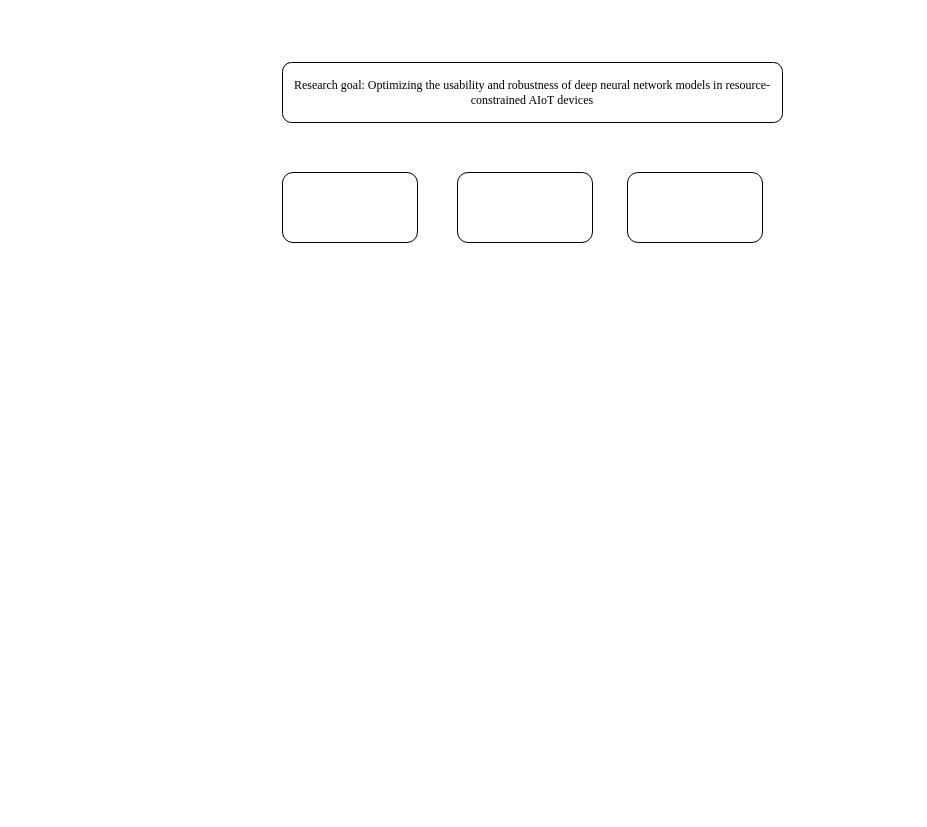
Mlinfeng/iodraw-files keeps this draw.io diagram as 1.drawio. Above is the earlier version. Source tidied: cells renumbered, new cells numbered last; positions are measured from the earlier drawing's top-left corner, leaving out a move shared by most shapes. Both pictures are drawn from the tidied source at 100%, with x=0, y=0 at pixel (282, 62).
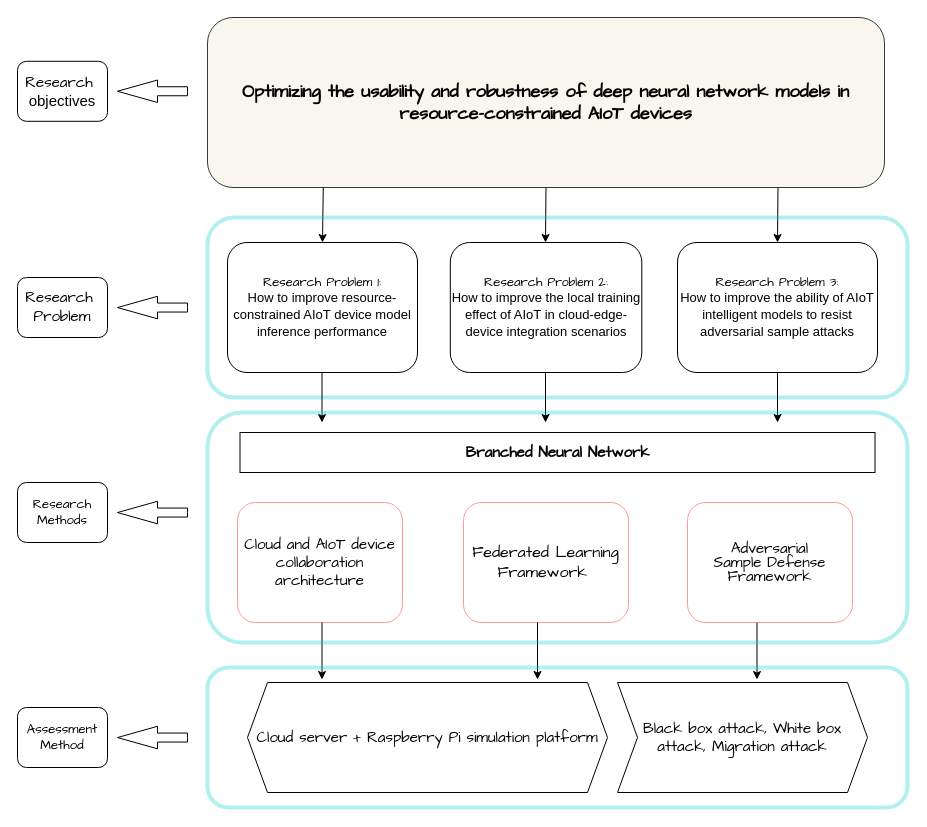
After the change.

What changed in the source:
```diff
@@
-    <mxCell id="2" value="&lt;p&gt;&lt;font face=&quot;Times New Roman&quot;&gt;Research goal: Optimizing the usability and robustness of deep neural network models in resource-constrained AIoT devices&lt;/font&gt;&lt;/p&gt;" style="rounded=1;whiteSpace=wrap;html=1;" parent="1" vertex="1">
-      <mxGeometry width="500" height="60" as="geometry" />
+    <mxCell id="2" value="&lt;p style=&quot;font-size: 18px;&quot;&gt;&lt;font face=&quot;Comic Sans MS&quot; style=&quot;font-size: 18px;&quot;&gt;Optimizing the usability and robustness of deep neural network models in resource-constrained AIoT devices&lt;/font&gt;&lt;/p&gt;" style="rounded=1;whiteSpace=wrap;html=1;fontStyle=1;labelBackgroundColor=none;fontSize=18;fillColor=#f9f7ed;strokeColor=#36393d;" parent="1" vertex="1">
+      <mxGeometry x="-75" y="-45" width="677" height="170" as="geometry" />
     </mxCell>
-    <mxCell id="3" style="rounded=1;whiteSpace=wrap;html=1;" parent="1" vertex="1">
-      <mxGeometry y="110" width="135" height="70" as="geometry" />
+    <mxCell id="3" value="&lt;div style=&quot;font-size: 13px;&quot;&gt;&lt;font face=&quot;Comic Sans MS&quot;&gt;Research&amp;nbsp;&lt;span style=&quot;font-size: 12px;&quot;&gt;Problem&lt;/span&gt;&amp;nbsp;1:&lt;/font&gt;&lt;/div&gt;&lt;div style=&quot;font-size: 13px;&quot;&gt;&lt;font face=&quot;bQs2HBA9JiszIpq2pG2n&quot;&gt;How to improve resource-constrained AIoT device model inference performance&lt;/font&gt;&lt;/div&gt;" style="rounded=1;whiteSpace=wrap;html=1;fontFamily=Comic Sans MS;fontSize=13;" parent="1" vertex="1">
+      <mxGeometry x="-55" y="180" width="190" height="130" as="geometry" />
     </mxCell>
-    <mxCell id="4" style="rounded=1;whiteSpace=wrap;html=1;" parent="1" vertex="1">
-      <mxGeometry x="175" y="110" width="135" height="70" as="geometry" />
+    <mxCell id="4" value="&lt;div style=&quot;font-size: 13px;&quot;&gt;&lt;font face=&quot;Comic Sans MS&quot;&gt;Research&amp;nbsp;&lt;span style=&quot;font-size: 12px;&quot;&gt;Problem&lt;/span&gt;&amp;nbsp;2:&lt;/font&gt;&lt;/div&gt;&lt;div style=&quot;font-size: 13px;&quot;&gt;&lt;font face=&quot;lc-P7z6Z-aJ5FeURTYUj&quot;&gt;How to improve the local training effect of AIoT in cloud-edge-device integration scenarios&lt;/font&gt;&lt;/div&gt;" style="rounded=1;whiteSpace=wrap;html=1;fontStyle=0;fontFamily=Comic Sans MS;fontSize=13;" parent="1" vertex="1">
+      <mxGeometry x="167.8" y="180" width="191.5" height="130" as="geometry" />
     </mxCell>
-    <mxCell id="5" style="rounded=1;whiteSpace=wrap;html=1;" parent="1" vertex="1">
-      <mxGeometry x="345" y="110" width="135" height="70" as="geometry" />
+    <mxCell id="5" value="&lt;div style=&quot;font-size: 13px;&quot;&gt;&lt;font face=&quot;Comic Sans MS&quot;&gt;Research&amp;nbsp;&lt;span style=&quot;font-size: 12px;&quot;&gt;Problem&lt;/span&gt;&amp;nbsp;3:&lt;/font&gt;&lt;/div&gt;&lt;div style=&quot;font-size: 13px;&quot;&gt;&lt;font face=&quot;DUXV7XMvXxbuyo4luQu7&quot;&gt;How to improve the ability of AIoT intelligent models to resist adversarial sample attacks&lt;/font&gt;&lt;/div&gt;" style="rounded=1;whiteSpace=wrap;html=1;fontFamily=Comic Sans MS;fontSize=13;" parent="1" vertex="1">
+      <mxGeometry x="395" y="180" width="200" height="130" as="geometry" />
     </mxCell>
+    <mxCell id="6" value="&lt;font style=&quot;font-size: 15px;&quot;&gt;&lt;b&gt;Branched Neural Network&lt;/b&gt;&lt;/font&gt;" style="rounded=0;whiteSpace=wrap;html=1;fontFamily=Comic Sans MS;fontSize=13;" parent="1" vertex="1">
+      <mxGeometry x="-42.5" y="370" width="635" height="40" as="geometry" />
+    </mxCell>
+    <mxCell id="7" value="&lt;font style=&quot;font-size: 15px;&quot;&gt;Cloud and AIoT device collaboration architecture&lt;/font&gt;" style="rounded=1;whiteSpace=wrap;html=1;fontFamily=Comic Sans MS;fontSize=13;strokeColor=#FF9999;" parent="1" vertex="1">
+      <mxGeometry x="-45" y="440" width="165" height="120" as="geometry" />
+    </mxCell>
+    <mxCell id="8" value="&lt;font style=&quot;font-size: 16px;&quot;&gt;Federated Learning Framework&amp;nbsp;&lt;/font&gt;" style="rounded=1;whiteSpace=wrap;html=1;fontFamily=Comic Sans MS;fontSize=13;strokeColor=#FF9999;" parent="1" vertex="1">
+      <mxGeometry x="181" y="440" width="165" height="120" as="geometry" />
+    </mxCell>
+    <mxCell id="9" value="&lt;p style=&quot;margin: 0cm 16.8pt 0.0001pt; line-height: 10.5pt;&quot; align=&quot;center&quot; class=&quot;MsoNormal&quot;&gt;&lt;font style=&quot;font-size: 15px;&quot;&gt;Adversarial Sample Defense Framework&lt;/font&gt;&lt;br style=&quot;font-size: 13px;&quot;&gt;&lt;/p&gt;" style="rounded=1;whiteSpace=wrap;html=1;fontFamily=Comic Sans MS;fontSize=13;strokeColor=#FF9999;" parent="1" vertex="1">
+      <mxGeometry x="405" y="440" width="165" height="120" as="geometry" />
+    </mxCell>
+    <mxCell id="10" value="Cloud server + Raspberry Pi simulation platform" style="shape=hexagon;perimeter=hexagonPerimeter2;whiteSpace=wrap;html=1;fixedSize=1;fontFamily=Comic Sans MS;fontSize=15;" parent="1" vertex="1">
+      <mxGeometry x="-35" y="620" width="360" height="110" as="geometry" />
+    </mxCell>
+    <mxCell id="11" value="&lt;font style=&quot;font-size: 15px;&quot;&gt;Black box attack, White box attack, Migration attack&lt;/font&gt;" style="shape=step;perimeter=stepPerimeter;whiteSpace=wrap;html=1;fixedSize=1;fontFamily=Comic Sans MS;fontSize=13;" parent="1" vertex="1">
+      <mxGeometry x="335" y="620" width="250" height="110" as="geometry" />
+    </mxCell>
+    <mxCell id="12" style="endArrow=classic;html=1;rounded=0;entryX=0.5;entryY=0;entryDx=0;entryDy=0;exitX=0.171;exitY=0.998;exitDx=0;exitDy=0;exitPerimeter=0;" parent="1" edge="1" source="2" target="3">
+      <mxGeometry relative="1" as="geometry" />
+    </mxCell>
+    <mxCell id="13" style="endArrow=classic;html=1;rounded=0;exitX=0.5;exitY=1;exitDx=0;exitDy=0;" parent="1" edge="1" source="2">
+      <mxGeometry relative="1" as="geometry">
+        <mxPoint x="263" y="180" as="targetPoint" />
+      </mxGeometry>
+    </mxCell>
+    <mxCell id="14" style="endArrow=classic;html=1;rounded=0;entryX=0.5;entryY=0;entryDx=0;entryDy=0;exitX=0.171;exitY=0.998;exitDx=0;exitDy=0;exitPerimeter=0;" parent="1" edge="1" target="5">
+      <mxGeometry relative="1" as="geometry">
+        <mxPoint x="495.5" y="125" as="sourcePoint" />
+      </mxGeometry>
+    </mxCell>
+    <mxCell id="15" style="rounded=1;whiteSpace=wrap;html=1;fillColor=none;strokeColor=#00CCCC;glass=0;labelBorderColor=#45FFF9;strokeWidth=4;textShadow=1;gradientColor=default;opacity=30;" parent="1" vertex="1">
+      <mxGeometry x="-75" y="155" width="700" height="180" as="geometry" />
+    </mxCell>
+    <mxCell id="16" style="endArrow=classic;html=1;rounded=0;exitX=0.171;exitY=0.998;exitDx=0;exitDy=0;exitPerimeter=0;" parent="1" edge="1">
+      <mxGeometry relative="1" as="geometry">
+        <mxPoint x="495" y="310" as="sourcePoint" />
+        <mxPoint x="495" y="360" as="targetPoint" />
+      </mxGeometry>
+    </mxCell>
+    <mxCell id="17" style="endArrow=classic;html=1;rounded=0;exitX=0.171;exitY=0.998;exitDx=0;exitDy=0;exitPerimeter=0;" parent="1" edge="1">
+      <mxGeometry relative="1" as="geometry">
+        <mxPoint x="39.5" y="310" as="sourcePoint" />
+        <mxPoint x="39.5" y="360" as="targetPoint" />
+      </mxGeometry>
+    </mxCell>
+    <mxCell id="18" style="endArrow=classic;html=1;rounded=0;exitX=0.171;exitY=0.998;exitDx=0;exitDy=0;exitPerimeter=0;" parent="1" edge="1">
+      <mxGeometry relative="1" as="geometry">
+        <mxPoint x="263" y="310" as="sourcePoint" />
+        <mxPoint x="263" y="360" as="targetPoint" />
+      </mxGeometry>
+    </mxCell>
+    <mxCell id="19" style="endArrow=classic;html=1;rounded=0;exitX=0.59;exitY=1.011;exitDx=0;exitDy=0;exitPerimeter=0;entryX=0.21;entryY=-0.018;entryDx=0;entryDy=0;entryPerimeter=0;" parent="1" edge="1">
+      <mxGeometry relative="1" as="geometry">
+        <mxPoint x="474.5" y="560" as="sourcePoint" />
+        <mxPoint x="474.5" y="617" as="targetPoint" />
+      </mxGeometry>
+    </mxCell>
+    <mxCell id="20" style="endArrow=classic;html=1;rounded=0;exitX=0.59;exitY=1.011;exitDx=0;exitDy=0;exitPerimeter=0;entryX=0.21;entryY=-0.018;entryDx=0;entryDy=0;entryPerimeter=0;" parent="1" edge="1">
+      <mxGeometry relative="1" as="geometry">
+        <mxPoint x="255" y="560" as="sourcePoint" />
+        <mxPoint x="255" y="617" as="targetPoint" />
+      </mxGeometry>
+    </mxCell>
+    <mxCell id="21" style="endArrow=classic;html=1;rounded=0;exitX=0.59;exitY=1.011;exitDx=0;exitDy=0;exitPerimeter=0;entryX=0.21;entryY=-0.018;entryDx=0;entryDy=0;entryPerimeter=0;" parent="1" edge="1">
+      <mxGeometry relative="1" as="geometry">
+        <mxPoint x="39.5" y="560" as="sourcePoint" />
+        <mxPoint x="39.5" y="617" as="targetPoint" />
+      </mxGeometry>
+    </mxCell>
+    <mxCell id="22" style="rounded=1;whiteSpace=wrap;html=1;opacity=30;fillColor=none;strokeColor=#00CCCC;glass=0;labelBorderColor=#99FFFF;strokeWidth=4;textShadow=0;" parent="1" vertex="1">
+      <mxGeometry x="-75" y="605" width="700" height="140" as="geometry" />
+    </mxCell>
+    <mxCell id="23" style="rounded=1;whiteSpace=wrap;html=1;opacity=30;fillColor=none;strokeColor=#00CCCC;glass=0;labelBorderColor=#99FFFF;strokeWidth=4;textShadow=0;" parent="1" vertex="1">
+      <mxGeometry x="-75" y="350" width="700" height="230" as="geometry" />
+    </mxCell>
+    <mxCell id="24" style="html=1;shadow=0;dashed=0;align=center;verticalAlign=middle;shape=mxgraph.arrows2.arrow;dy=0.6;dx=40;flipH=1;notch=0;" parent="1" vertex="1">
+      <mxGeometry x="-165" y="17.5" width="70" height="22.5" as="geometry" />
+    </mxCell>
+    <mxCell id="25" value="&lt;font face=&quot;Comic Sans MS&quot; style=&quot;font-size: 15px;&quot;&gt;Research&amp;nbsp;&lt;/font&gt;&lt;div style=&quot;font-size: 15px;&quot;&gt;&lt;font face=&quot;vVg4drZ5lM5xH7V21xbt&quot; style=&quot;font-size: 15px;&quot;&gt;objectives&lt;/font&gt;&lt;/div&gt;" style="rounded=1;whiteSpace=wrap;html=1;" parent="1" vertex="1">
+      <mxGeometry x="-265" y="-1.2" width="90" height="60" as="geometry" />
+    </mxCell>
+    <mxCell id="26" style="html=1;shadow=0;dashed=0;align=center;verticalAlign=middle;shape=mxgraph.arrows2.arrow;dy=0.6;dx=40;flipH=1;notch=0;" parent="1" vertex="1">
+      <mxGeometry x="-165" y="233.8" width="70" height="22.5" as="geometry" />
+    </mxCell>
+    <mxCell id="27" value="&lt;font face=&quot;Comic Sans MS&quot; style=&quot;font-size: 15px;&quot;&gt;Research&amp;nbsp;&lt;/font&gt;&lt;div style=&quot;font-size: 15px;&quot;&gt;&lt;font face=&quot;Comic Sans MS&quot; style=&quot;font-size: 15px;&quot;&gt;Problem&lt;/font&gt;&lt;/div&gt;" style="rounded=1;whiteSpace=wrap;html=1;" parent="1" vertex="1">
+      <mxGeometry x="-265" y="215" width="90" height="60" as="geometry" />
+    </mxCell>
+    <mxCell id="28" style="html=1;shadow=0;dashed=0;align=center;verticalAlign=middle;shape=mxgraph.arrows2.arrow;dy=0.6;dx=40;flipH=1;notch=0;" parent="1" vertex="1">
+      <mxGeometry x="-165" y="438.8" width="70" height="22.5" as="geometry" />
+    </mxCell>
+    <mxCell id="29" value="&lt;font face=&quot;Comic Sans MS&quot; style=&quot;font-size: 13px;&quot;&gt;Research Methods&lt;/font&gt;" style="rounded=1;whiteSpace=wrap;html=1;" parent="1" vertex="1">
+      <mxGeometry x="-265" y="420" width="90" height="60" as="geometry" />
+    </mxCell>
+    <mxCell id="30" style="html=1;shadow=0;dashed=0;align=center;verticalAlign=middle;shape=mxgraph.arrows2.arrow;dy=0.6;dx=40;flipH=1;notch=0;" parent="1" vertex="1">
+      <mxGeometry x="-165" y="663.8" width="70" height="22.5" as="geometry" />
+    </mxCell>
+    <mxCell id="31" value="&lt;font style=&quot;font-size: 13px;&quot; face=&quot;Comic Sans MS&quot;&gt;Assessment Method&lt;/font&gt;" style="rounded=1;whiteSpace=wrap;html=1;" parent="1" vertex="1">
+      <mxGeometry x="-265" y="645" width="90" height="60" as="geometry" />
+    </mxCell>
```
